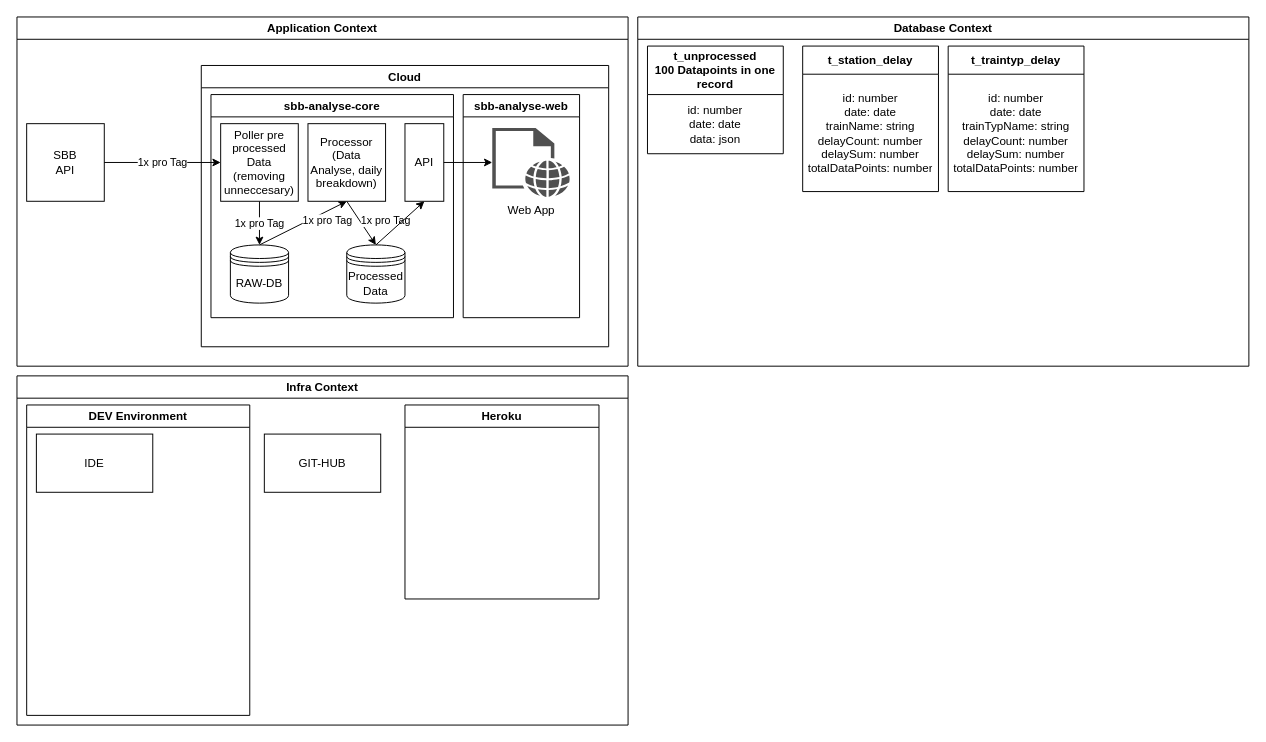
GsteigerDominik/sbb-analyse-core keeps this draw.io diagram as project/entwurf.drawio. Above is the earlier version. Source tidied: cells renumbered, new cells numbered last; positions are measured from the earlier drawing's top-left corner, leaving out a move shared by most shapes. Both pictures are drawn from the tidied source at 97%, with x=0, y=0 at pixel (16, 16).
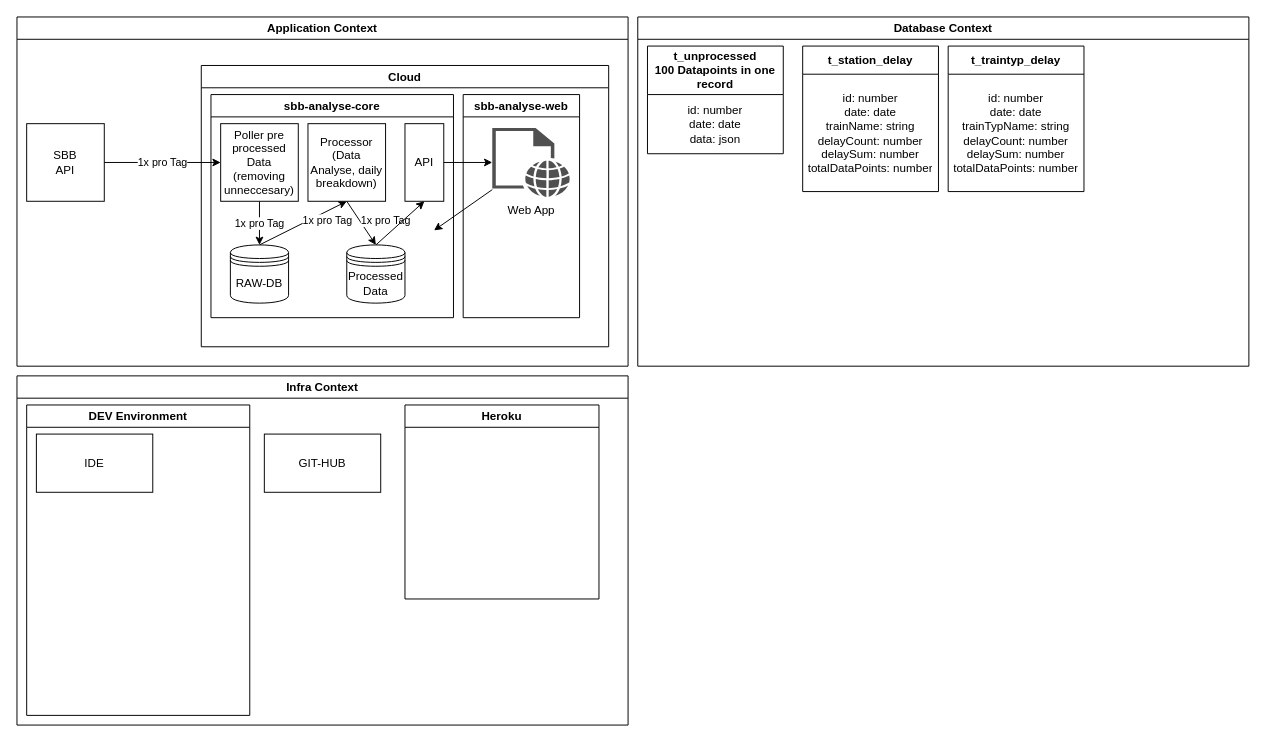
The same page after the edit.

Commit message (it also covers changes not shown here):
sum data on api call to get all

The change refers to these unchanged cells:
```xml
<mxCell id="3" value="Cloud" style="swimlane;whiteSpace=wrap;html=1;" parent="1" vertex="1">
  <mxGeometry x="190" y="50" width="420" height="290" as="geometry" />
</mxCell>
<mxCell id="14" value="Web App" style="sketch=0;shadow=0;dashed=0;html=1;strokeColor=none;fillColor=#505050;labelPosition=center;verticalLabelPosition=bottom;verticalAlign=top;outlineConnect=0;align=center;shape=mxgraph.office.concepts.web_page;" parent="13" vertex="1">
  <mxGeometry x="30" y="34.5" width="80" height="71" as="geometry" />
</mxCell>
```

The edit, as a diff of the source:
```diff
@@
+    <mxCell id="31" style="endArrow=classic;html=1;rounded=0;" parent="3" edge="1" source="14">
+      <mxGeometry relative="1" as="geometry">
+        <mxPoint x="240" y="170" as="targetPoint" />
+      </mxGeometry>
+    </mxCell>
```
